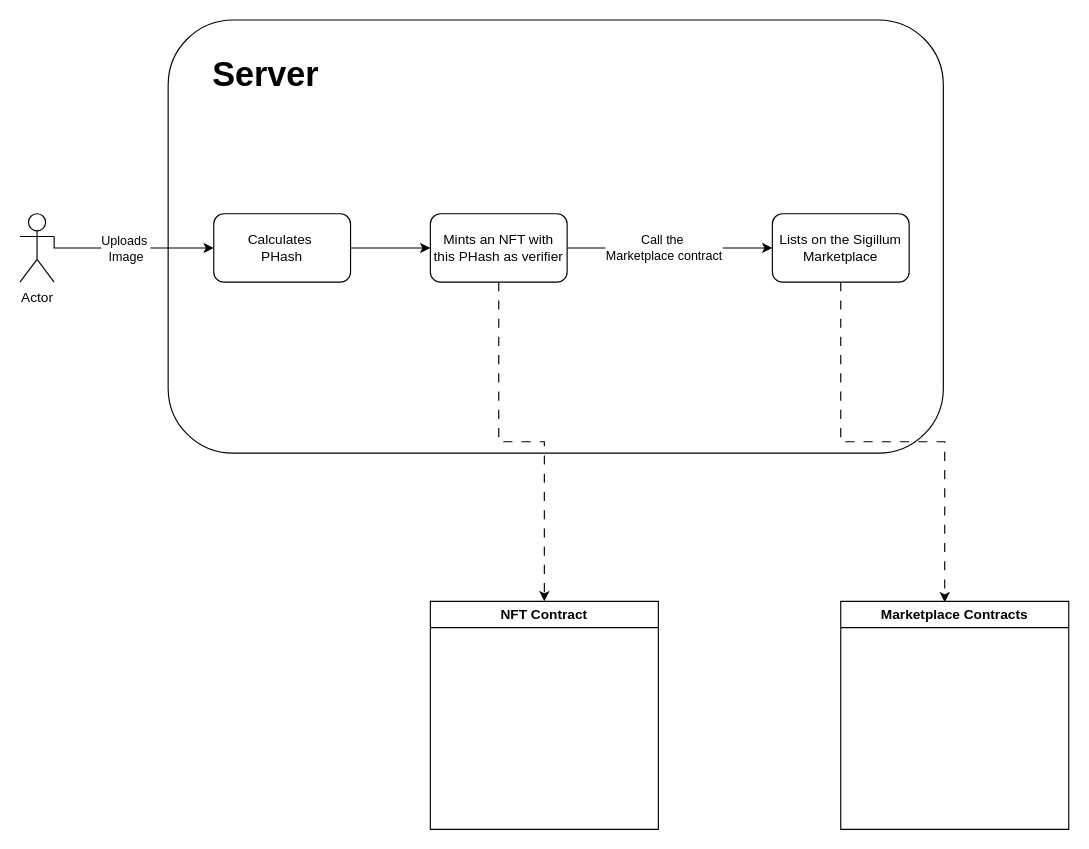
Earlier version of the draw.io diagram page "Backend" (4 of 4) of Project.drawio (ChanX21/Project-Diagrams). Source tidied: cells renumbered, new cells numbered last; positions are measured from the earlier drawing's top-left corner, leaving out a move shared by most shapes. Both pictures are drawn from the tidied source at 114%, with x=0, y=0 at pixel (19, 19).
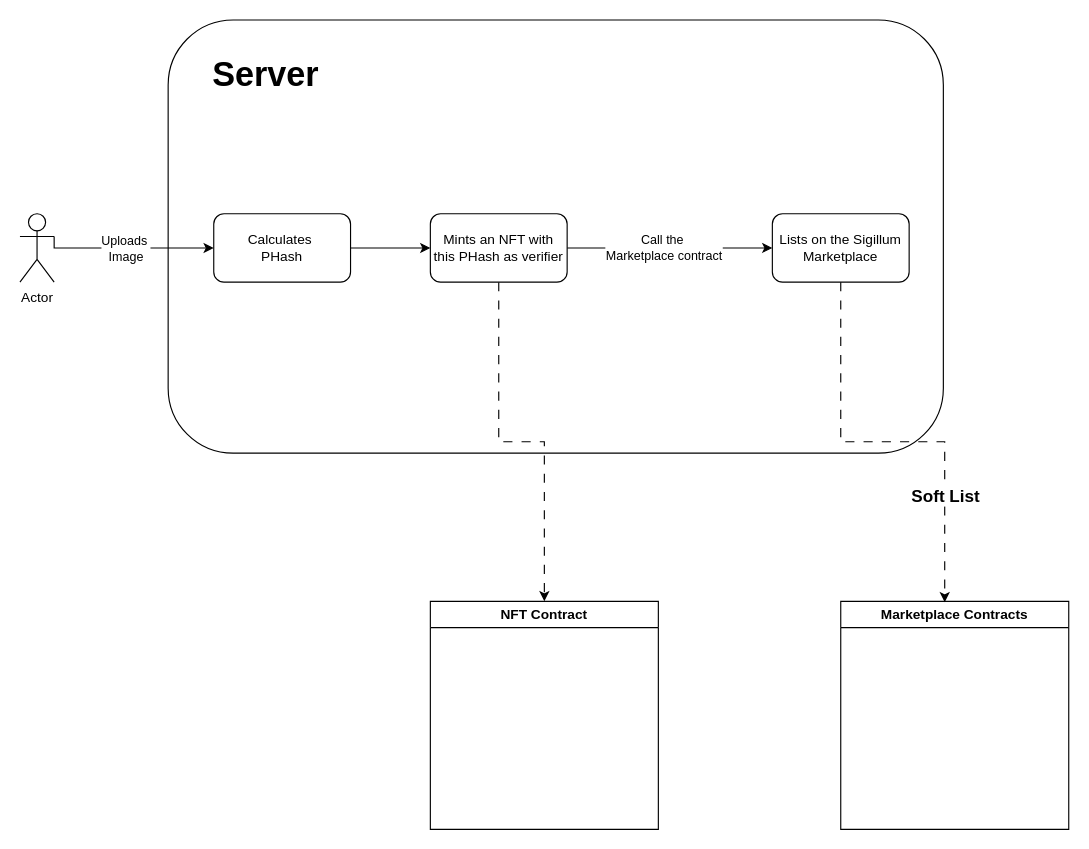
Above is the later version.

What changed in the source:
```diff
@@
 <mxGraphModel>
   <root>
     <mxCell id="0" />
     <mxCell id="1" parent="0" />
     <mxCell id="2" style="rounded=1;whiteSpace=wrap;html=1;" parent="1" vertex="1">
       <mxGeometry x="130" width="680" height="380" as="geometry" />
     </mxCell>
     <mxCell id="3" style="edgeStyle=orthogonalEdgeStyle;rounded=0;jettySize=auto;html=1;" parent="1" edge="1" source="4" target="8">
       <mxGeometry relative="1" as="geometry" />
     </mxCell>
     <mxCell id="4" value="Calculates&amp;nbsp;&lt;div&gt;PHash&lt;/div&gt;" style="rounded=1;whiteSpace=wrap;html=1;" parent="1" vertex="1">
       <mxGeometry x="170" y="170" width="120" height="60" as="geometry" />
     </mxCell>
     <mxCell id="5" style="edgeStyle=orthogonalEdgeStyle;rounded=0;jettySize=auto;html=1;" parent="1" edge="1" source="8" target="12">
       <mxGeometry relative="1" as="geometry" />
     </mxCell>
     <mxCell id="6" value="Call the&amp;nbsp;&lt;div&gt;Marketplace contract&lt;/div&gt;" style="edgeLabel;html=1;align=center;verticalAlign=middle;" parent="5" vertex="1">
       <mxGeometry x="-0.07" y="1" relative="1" as="geometry" />
     </mxCell>
     <mxCell id="7" style="edgeStyle=orthogonalEdgeStyle;rounded=0;jettySize=auto;html=1;exitX=0.5;exitY=1;exitDx=0;exitDy=0;entryX=0.5;entryY=0;entryDx=0;entryDy=0;dashed=1;dashPattern=8 8;" parent="1" edge="1" source="8" target="14">
       <mxGeometry relative="1" as="geometry" />
     </mxCell>
     <mxCell id="8" value="Mints an NFT with this PHash as verifier" style="rounded=1;whiteSpace=wrap;html=1;" parent="1" vertex="1">
       <mxGeometry x="360" y="170" width="120" height="60" as="geometry" />
     </mxCell>
     <mxCell id="9" style="edgeStyle=orthogonalEdgeStyle;rounded=0;jettySize=auto;html=1;exitX=1;exitY=0.3333333333333333;exitDx=0;exitDy=0;exitPerimeter=0;entryX=0;entryY=0.5;entryDx=0;entryDy=0;" parent="1" edge="1" source="11" target="4">
       <mxGeometry relative="1" as="geometry">
         <Array as="points">
           <mxPoint x="30" y="200" />
         </Array>
       </mxGeometry>
     </mxCell>
     <mxCell id="10" value="Uploads&amp;nbsp;&lt;div&gt;Image&lt;/div&gt;" style="edgeLabel;html=1;align=center;verticalAlign=middle;" parent="9" vertex="1">
       <mxGeometry x="-0.04" relative="1" as="geometry" />
     </mxCell>
     <mxCell id="11" value="Actor" style="shape=umlActor;verticalLabelPosition=bottom;verticalAlign=top;html=1;outlineConnect=0;" parent="1" vertex="1">
       <mxGeometry y="170" width="30" height="60" as="geometry" />
     </mxCell>
     <mxCell id="12" value="Lists on the Sigillum Marketplace" style="whiteSpace=wrap;html=1;rounded=1;" parent="1" vertex="1">
       <mxGeometry x="660" y="170" width="120" height="60" as="geometry" />
     </mxCell>
     <mxCell id="13" value="&lt;b&gt;&lt;font style=&quot;font-size: 30px;&quot;&gt;Server&amp;nbsp;&lt;/font&gt;&lt;/b&gt;" style="text;html=1;align=center;verticalAlign=middle;whiteSpace=wrap;rounded=0;" parent="1" vertex="1">
       <mxGeometry x="190" y="30" width="60" height="33" as="geometry" />
     </mxCell>
     <mxCell id="14" value="NFT Contract" style="swimlane;whiteSpace=wrap;html=1;" parent="1" vertex="1">
       <mxGeometry x="360" y="510" width="200" height="200" as="geometry" />
     </mxCell>
     <mxCell id="15" value="Marketplace Contracts" style="swimlane;whiteSpace=wrap;html=1;" parent="1" vertex="1">
       <mxGeometry x="720" y="510" width="200" height="200" as="geometry" />
     </mxCell>
     <mxCell id="16" style="edgeStyle=orthogonalEdgeStyle;rounded=0;jettySize=auto;html=1;exitX=0.5;exitY=1;exitDx=0;exitDy=0;entryX=0.456;entryY=0.004;entryDx=0;entryDy=0;entryPerimeter=0;dashed=1;dashPattern=8 8;" parent="1" edge="1" source="12" target="15">
       <mxGeometry relative="1" as="geometry" />
     </mxCell>
+    <mxCell id="17" value="&lt;b&gt;&lt;font style=&quot;font-size: 15px;&quot;&gt;Soft List&amp;nbsp;&lt;/font&gt;&lt;/b&gt;" style="edgeLabel;html=1;align=center;verticalAlign=middle;" parent="16" vertex="1">
+      <mxGeometry x="0.3" y="6" relative="1" as="geometry">
+        <mxPoint x="-4" y="36" as="offset" />
+      </mxGeometry>
+    </mxCell>
   </root>
 </mxGraphModel>
```
